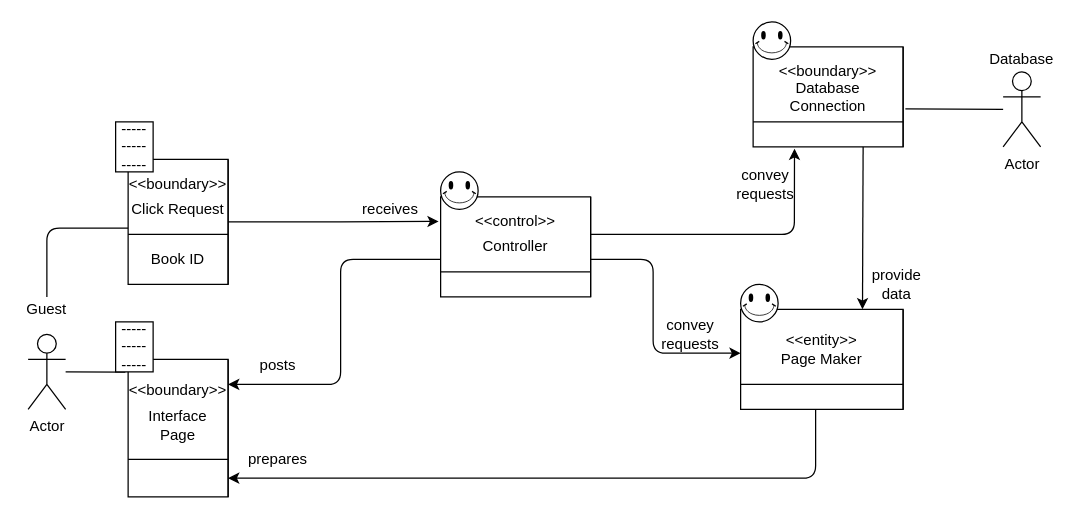
The draw.io diagram docs/DomainModels/diagrams/DM-UC-12.drawio in youngkwon02/Enhanced-library-management, before the edit. Source tidied: cells renumbered, new cells numbered last; positions are measured from the earlier drawing's top-left corner, leaving out a move shared by most shapes. Both pictures are drawn from the tidied source at 125%, with x=0, y=0 at pixel (21, 21).
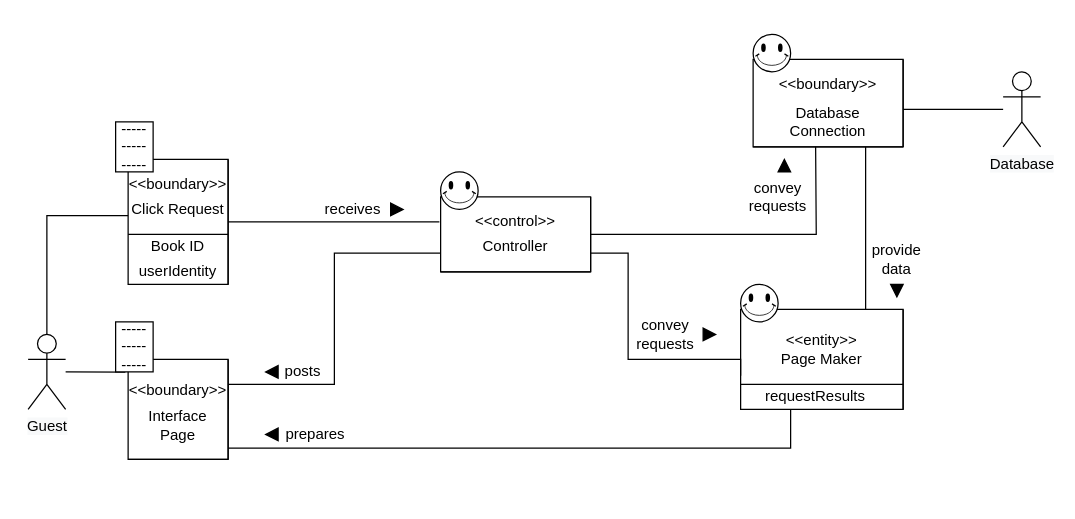
Above is the later version.

The change refers to these unchanged cells:
```xml
<mxCell id="2" style="shape=internalStorage;whiteSpace=wrap;html=1;backgroundOutline=1;dx=130;dy=60;" parent="1" vertex="1">
  <mxGeometry x="575" y="230" width="130" height="80" as="geometry" />
</mxCell>
<mxCell id="34" value="Click Request" style="text;html=1;strokeColor=none;fillColor=none;align=center;verticalAlign=middle;whiteSpace=wrap;rounded=0;" parent="1" vertex="1">
  <mxGeometry x="85" y="140" width="80" height="20" as="geometry" />
</mxCell>
```

What changed in the source:
```diff
@@
-    <mxCell id="4" style="shape=internalStorage;whiteSpace=wrap;html=1;backgroundOutline=1;dx=120;dy=60;" parent="1" vertex="1">
-      <mxGeometry x="585" y="20" width="120" height="80" as="geometry" />
+    <mxCell id="4" style="shape=internalStorage;whiteSpace=wrap;html=1;backgroundOutline=1;dx=120;dy=80;" parent="1" vertex="1">
+      <mxGeometry x="585" y="30" width="120" height="70" as="geometry" />
     </mxCell>
     <mxCell id="5" style="verticalLabelPosition=bottom;verticalAlign=top;html=1;shape=mxgraph.basic.smiley;" parent="1" vertex="1">
-      <mxGeometry x="585" width="30" height="30" as="geometry" />
+      <mxGeometry x="585" y="10" width="30" height="30" as="geometry" />
     </mxCell>
+    <mxCell id="42" style="edgeStyle=orthogonalEdgeStyle;rounded=0;jettySize=auto;html=1;exitX=0;exitY=0.75;exitDx=0;exitDy=0;entryX=1;entryY=0.5;entryDx=0;entryDy=0;startArrow=none;startFill=0;endArrow=none;endFill=0;" parent="1" edge="1" source="6" target="7">
+      <mxGeometry relative="1" as="geometry">
+        <Array as="points">
+          <mxPoint x="250" y="185" />
+          <mxPoint x="250" y="290" />
+          <mxPoint x="165" y="290" />
+        </Array>
+      </mxGeometry>
+    </mxCell>
+    <mxCell id="43" style="edgeStyle=orthogonalEdgeStyle;rounded=0;jettySize=auto;html=1;exitX=1;exitY=0.5;exitDx=0;exitDy=0;startArrow=none;startFill=0;endArrow=none;endFill=0;" parent="1" edge="1" source="6">
+      <mxGeometry relative="1" as="geometry">
+        <mxPoint x="635" y="100" as="targetPoint" />
+      </mxGeometry>
+    </mxCell>
+    <mxCell id="44" style="edgeStyle=orthogonalEdgeStyle;rounded=0;jettySize=auto;html=1;exitX=1;exitY=0.75;exitDx=0;exitDy=0;entryX=0;entryY=0.663;entryDx=0;entryDy=0;entryPerimeter=0;startArrow=none;startFill=0;endArrow=none;endFill=0;" parent="1" edge="1" source="6" target="2">
+      <mxGeometry relative="1" as="geometry">
+        <Array as="points">
+          <mxPoint x="485" y="185" />
+          <mxPoint x="485" y="270" />
+          <mxPoint x="575" y="270" />
+        </Array>
+      </mxGeometry>
+    </mxCell>
-    <mxCell id="6" style="shape=internalStorage;whiteSpace=wrap;html=1;backgroundOutline=1;dx=120;dy=60;" parent="1" vertex="1">
-      <mxGeometry x="335" y="140" width="120" height="80" as="geometry" />
+    <mxCell id="6" style="shape=internalStorage;whiteSpace=wrap;html=1;backgroundOutline=1;dx=120;dy=80;" parent="1" vertex="1">
+      <mxGeometry x="335" y="140" width="120" height="60" as="geometry" />
     </mxCell>
-    <mxCell id="7" style="shape=internalStorage;whiteSpace=wrap;html=1;backgroundOutline=1;dx=80;dy=80;" parent="1" vertex="1">
-      <mxGeometry x="85" y="270" width="80" height="110" as="geometry" />
+    <mxCell id="7" style="shape=internalStorage;whiteSpace=wrap;html=1;backgroundOutline=1;dx=80;dy=110;" parent="1" vertex="1">
+      <mxGeometry x="85" y="270" width="80" height="80" as="geometry" />
     </mxCell>
@@
-    <mxCell id="9" value="Actor" style="shape=umlActor;verticalLabelPosition=bottom;verticalAlign=top;html=1;outlineConnect=0;" parent="1" vertex="1">
+    <mxCell id="9" value="&lt;span style=&quot;color: rgb(0 , 0 , 0) ; font-family: &amp;#34;helvetica&amp;#34; ; font-size: 12px ; font-style: normal ; font-weight: 400 ; letter-spacing: normal ; text-align: center ; text-indent: 0px ; text-transform: none ; word-spacing: 0px ; background-color: rgb(248 , 249 , 250) ; display: inline ; float: none&quot;&gt;Guest&lt;/span&gt;&lt;br&gt;" style="shape=umlActor;verticalLabelPosition=bottom;verticalAlign=top;html=1;outlineConnect=0;" parent="1" vertex="1">
       <mxGeometry x="5" y="250" width="30" height="60" as="geometry" />
     </mxCell>
-    <mxCell id="10" value="Guest" style="text;html=1;strokeColor=none;fillColor=none;align=center;verticalAlign=middle;whiteSpace=wrap;rounded=0;" parent="1" vertex="1">
-      <mxGeometry y="220" width="40" height="20" as="geometry" />
-    </mxCell>
@@
     <mxCell id="14" value="Database Connection" style="text;html=1;strokeColor=none;fillColor=none;align=center;verticalAlign=middle;whiteSpace=wrap;rounded=0;" parent="1" vertex="1">
-      <mxGeometry x="625" y="50" width="40" height="20" as="geometry" />
+      <mxGeometry x="625" y="70" width="40" height="20" as="geometry" />
     </mxCell>
-    <mxCell id="15" style="endArrow=classic;html=1;entryX=-0.013;entryY=0.12;entryDx=0;entryDy=0;entryPerimeter=0;" parent="1" edge="1">
-      <mxGeometry relative="1" as="geometry">
-        <mxPoint x="165" y="160" as="sourcePoint" />
-        <mxPoint x="333.4" y="159.6" as="targetPoint" />
-        <Array as="points">
-          <mxPoint x="215" y="160" />
-          <mxPoint x="245" y="160" />
-        </Array>
-      </mxGeometry>
-    </mxCell>
-    <mxCell id="16" style="endArrow=classic;html=1;entryX=1;entryY=0.25;entryDx=0;entryDy=0;" parent="1" edge="1">
-      <mxGeometry relative="1" as="geometry">
-        <mxPoint x="335" y="190" as="sourcePoint" />
-        <mxPoint x="165" y="290" as="targetPoint" />
-        <Array as="points">
-          <mxPoint x="255" y="190" />
-          <mxPoint x="255" y="290" />
-        </Array>
-      </mxGeometry>
-    </mxCell>
-    <mxCell id="17" style="endArrow=classic;html=1;entryX=1;entryY=0.875;entryDx=0;entryDy=0;entryPerimeter=0;" parent="1" edge="1">
-      <mxGeometry relative="1" as="geometry">
-        <mxPoint x="635" y="310" as="sourcePoint" />
-        <mxPoint x="165" y="365" as="targetPoint" />
-        <Array as="points">
-          <mxPoint x="635" y="365" />
-        </Array>
-      </mxGeometry>
-    </mxCell>
-    <mxCell id="18" style="endArrow=classic;html=1;exitX=1;exitY=0.25;exitDx=0;exitDy=0;entryX=0.109;entryY=1.023;entryDx=0;entryDy=0;entryPerimeter=0;" parent="1" edge="1">
-      <mxGeometry relative="1" as="geometry">
-        <mxPoint x="455" y="170" as="sourcePoint" />
-        <mxPoint x="618.1" y="101.4" as="targetPoint" />
-        <Array as="points">
-          <mxPoint x="618" y="170" />
-        </Array>
-      </mxGeometry>
-    </mxCell>
-    <mxCell id="19" style="endArrow=classic;html=1;entryX=0.75;entryY=0;entryDx=0;entryDy=0;" parent="1" edge="1" target="2">
-      <mxGeometry relative="1" as="geometry">
-        <mxPoint x="673" y="100" as="sourcePoint" />
-      </mxGeometry>
-    </mxCell>
-    <mxCell id="20" style="endArrow=classic;html=1;entryX=0;entryY=0.25;entryDx=0;entryDy=0;exitX=1;exitY=0.5;exitDx=0;exitDy=0;" parent="1" edge="1">
-      <mxGeometry relative="1" as="geometry">
-        <mxPoint x="455" y="190" as="sourcePoint" />
-        <mxPoint x="575" y="265" as="targetPoint" />
-        <Array as="points">
-          <mxPoint x="505" y="190" />
-          <mxPoint x="505" y="265" />
-        </Array>
-      </mxGeometry>
-    </mxCell>
     <mxCell id="21" value="receives" style="text;html=1;strokeColor=none;fillColor=none;align=center;verticalAlign=middle;whiteSpace=wrap;rounded=0;" parent="1" vertex="1">
-      <mxGeometry x="275" y="140" width="40" height="20" as="geometry" />
+      <mxGeometry x="245" y="140" width="40" height="20" as="geometry" />
     </mxCell>
     <mxCell id="22" value="posts" style="text;html=1;strokeColor=none;fillColor=none;align=center;verticalAlign=middle;whiteSpace=wrap;rounded=0;" parent="1" vertex="1">
-      <mxGeometry x="185" y="265" width="40" height="20" as="geometry" />
+      <mxGeometry x="205" y="270" width="40" height="20" as="geometry" />
     </mxCell>
     <mxCell id="23" value="prepares" style="text;html=1;strokeColor=none;fillColor=none;align=center;verticalAlign=middle;whiteSpace=wrap;rounded=0;" parent="1" vertex="1">
-      <mxGeometry x="185" y="340" width="40" height="20" as="geometry" />
+      <mxGeometry x="215" y="320" width="40" height="20" as="geometry" />
     </mxCell>
     <mxCell id="24" value="convey requests" style="text;html=1;strokeColor=none;fillColor=none;align=center;verticalAlign=middle;whiteSpace=wrap;rounded=0;" parent="1" vertex="1">
-      <mxGeometry x="515" y="240" width="40" height="20" as="geometry" />
+      <mxGeometry x="495" y="240" width="40" height="20" as="geometry" />
     </mxCell>
     <mxCell id="25" value="convey requests" style="text;html=1;strokeColor=none;fillColor=none;align=center;verticalAlign=middle;whiteSpace=wrap;rounded=0;" parent="1" vertex="1">
-      <mxGeometry x="575" y="120" width="40" height="20" as="geometry" />
+      <mxGeometry x="585" y="130" width="40" height="20" as="geometry" />
     </mxCell>
     <mxCell id="26" value="provide data" style="text;html=1;strokeColor=none;fillColor=none;align=center;verticalAlign=middle;whiteSpace=wrap;rounded=0;" parent="1" vertex="1">
-      <mxGeometry x="680" y="200" width="40" height="20" as="geometry" />
+      <mxGeometry x="680" y="180" width="40" height="20" as="geometry" />
     </mxCell>
-    <mxCell id="27" style="endArrow=none;html=1;exitX=0.5;exitY=0;exitDx=0;exitDy=0;entryX=0;entryY=0.5;entryDx=0;entryDy=0;" parent="1" edge="1" source="10">
-      <mxGeometry relative="1" as="geometry">
-        <mxPoint x="85" y="165" as="targetPoint" />
-        <Array as="points">
-          <mxPoint x="20" y="165" />
-        </Array>
-      </mxGeometry>
-    </mxCell>
@@
     <mxCell id="33" value="Book ID" style="text;html=1;strokeColor=none;fillColor=none;align=center;verticalAlign=middle;whiteSpace=wrap;rounded=0;" parent="1" vertex="1">
-      <mxGeometry x="85" y="180" width="80" height="20" as="geometry" />
+      <mxGeometry x="85" y="170" width="80" height="20" as="geometry" />
     </mxCell>
+    <mxCell id="45" style="edgeStyle=orthogonalEdgeStyle;rounded=0;jettySize=auto;html=1;exitX=0;exitY=0.75;exitDx=0;exitDy=0;entryX=0.5;entryY=0;entryDx=0;entryDy=0;entryPerimeter=0;startArrow=none;startFill=0;endArrow=none;endFill=0;" parent="1" edge="1" source="34" target="9">
+      <mxGeometry relative="1" as="geometry" />
+    </mxCell>
@@
     <mxCell id="35" value="&amp;lt;&amp;lt;boundary&amp;gt;&amp;gt;" style="text;html=1;strokeColor=none;fillColor=none;align=center;verticalAlign=middle;whiteSpace=wrap;rounded=0;" parent="1" vertex="1">
-      <mxGeometry x="625" y="30" width="40" height="20" as="geometry" />
+      <mxGeometry x="625" y="40" width="40" height="20" as="geometry" />
     </mxCell>
@@
-    <mxCell id="37" value="Actor" style="shape=umlActor;verticalLabelPosition=bottom;verticalAlign=top;html=1;outlineConnect=0;" parent="1" vertex="1">
+    <mxCell id="37" value="&lt;span style=&quot;color: rgb(0 , 0 , 0) ; font-family: &amp;#34;helvetica&amp;#34; ; font-size: 12px ; font-style: normal ; font-weight: 400 ; letter-spacing: normal ; text-align: center ; text-indent: 0px ; text-transform: none ; word-spacing: 0px ; background-color: rgb(248 , 249 , 250) ; display: inline ; float: none&quot;&gt;Database&lt;/span&gt;&lt;br&gt;" style="shape=umlActor;verticalLabelPosition=bottom;verticalAlign=top;html=1;outlineConnect=0;" parent="1" vertex="1">
       <mxGeometry x="785" y="40" width="30" height="60" as="geometry" />
     </mxCell>
-    <mxCell id="38" value="Database" style="text;html=1;strokeColor=none;fillColor=none;align=center;verticalAlign=middle;whiteSpace=wrap;rounded=0;" parent="1" vertex="1">
-      <mxGeometry x="780" y="20" width="40" height="20" as="geometry" />
-    </mxCell>
-    <mxCell id="39" style="endArrow=none;html=1;exitX=1.015;exitY=0.62;exitDx=0;exitDy=0;exitPerimeter=0;" parent="1" edge="1" source="4" target="37">
-      <mxGeometry relative="1" as="geometry" />
+    <mxCell id="39" style="endArrow=none;html=1;" parent="1" edge="1" target="37">
+      <mxGeometry relative="1" as="geometry">
+        <mxPoint x="705" y="70" as="sourcePoint" />
+      </mxGeometry>
     </mxCell>
@@
+    <mxCell id="46" style="endArrow=none;html=1;" parent="1" edge="1">
+      <mxGeometry relative="1" as="geometry">
+        <mxPoint x="165" y="160" as="sourcePoint" />
+        <mxPoint x="334" y="160" as="targetPoint" />
+      </mxGeometry>
+    </mxCell>
+    <mxCell id="47" style="triangle;whiteSpace=wrap;html=1;fillColor=#000000;direction=east;" parent="1" vertex="1">
+      <mxGeometry x="295" y="145" width="10" height="10" as="geometry" />
+    </mxCell>
+    <mxCell id="48" style="triangle;whiteSpace=wrap;html=1;fillColor=#000000;direction=west;" parent="1" vertex="1">
+      <mxGeometry x="195" y="275" width="10" height="10" as="geometry" />
+    </mxCell>
+    <mxCell id="49" style="triangle;whiteSpace=wrap;html=1;fillColor=#000000;direction=west;" parent="1" vertex="1">
+      <mxGeometry x="195" y="325" width="10" height="10" as="geometry" />
+    </mxCell>
+    <mxCell id="50" style="triangle;whiteSpace=wrap;html=1;fillColor=#000000;direction=east;" parent="1" vertex="1">
+      <mxGeometry x="545" y="245" width="10" height="10" as="geometry" />
+    </mxCell>
+    <mxCell id="51" style="triangle;whiteSpace=wrap;html=1;fillColor=#000000;direction=north;" parent="1" vertex="1">
+      <mxGeometry x="605" y="110" width="10" height="10" as="geometry" />
+    </mxCell>
+    <mxCell id="52" style="endArrow=none;html=1;entryX=0.75;entryY=1;entryDx=0;entryDy=0;" parent="1" edge="1" target="4">
+      <mxGeometry relative="1" as="geometry">
+        <mxPoint x="675" y="230" as="sourcePoint" />
+      </mxGeometry>
+    </mxCell>
+    <mxCell id="53" style="triangle;whiteSpace=wrap;html=1;fillColor=#000000;direction=south;" parent="1" vertex="1">
+      <mxGeometry x="695" y="210" width="10" height="10" as="geometry" />
+    </mxCell>
+    <mxCell id="54" style="edgeStyle=orthogonalEdgeStyle;rounded=0;jettySize=auto;html=1;exitX=0.25;exitY=1;exitDx=0;exitDy=0;entryX=1;entryY=0.888;entryDx=0;entryDy=0;entryPerimeter=0;startArrow=none;startFill=0;endArrow=none;endFill=0;" parent="1" edge="1" source="55" target="7">
+      <mxGeometry relative="1" as="geometry" />
+    </mxCell>
+    <mxCell id="55" value="requestResults" style="text;html=1;strokeColor=none;fillColor=none;align=center;verticalAlign=middle;whiteSpace=wrap;rounded=0;" parent="1" vertex="1">
+      <mxGeometry x="595" y="290" width="80" height="20" as="geometry" />
+    </mxCell>
+    <mxCell id="56" value="userIdentity" style="text;html=1;strokeColor=none;fillColor=none;align=center;verticalAlign=middle;whiteSpace=wrap;rounded=0;" parent="1" vertex="1">
+      <mxGeometry x="85" y="190" width="80" height="20" as="geometry" />
+    </mxCell>
```
